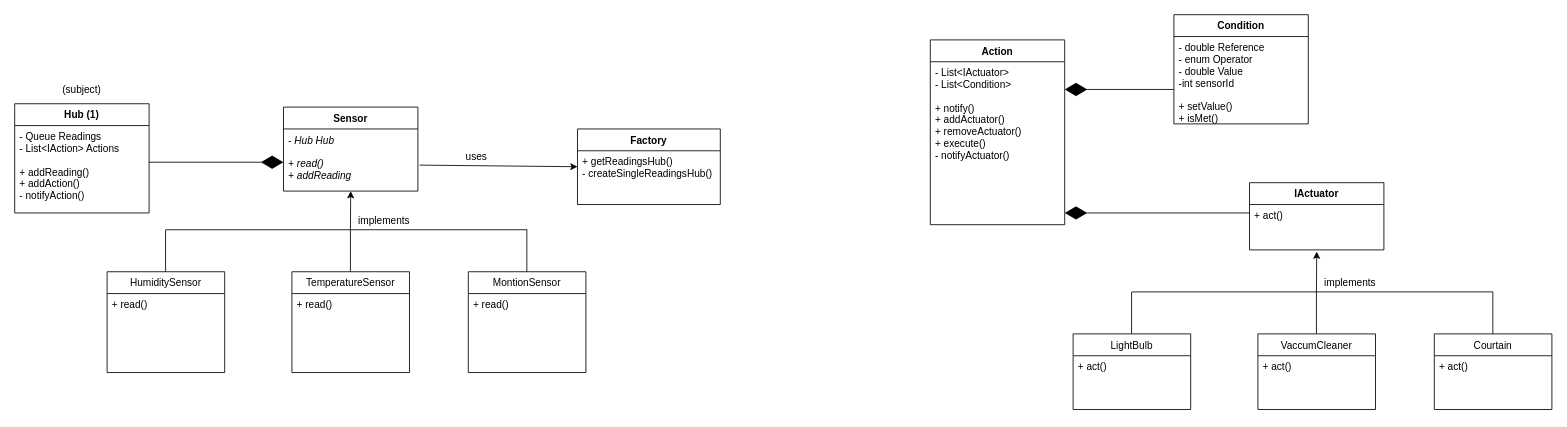
Above: page "Infra-Sensors" (1 of 2) of documentation/diagrams.drawio in zeespogeira/ADS-HouseOfThings (draw.io), before the change. Source tidied: cells renumbered, new cells numbered last; positions are measured from the earlier drawing's top-left corner, leaving out a move shared by most shapes. Both pictures are drawn from the tidied source at 84%, with x=0, y=0 at pixel (14, 14).
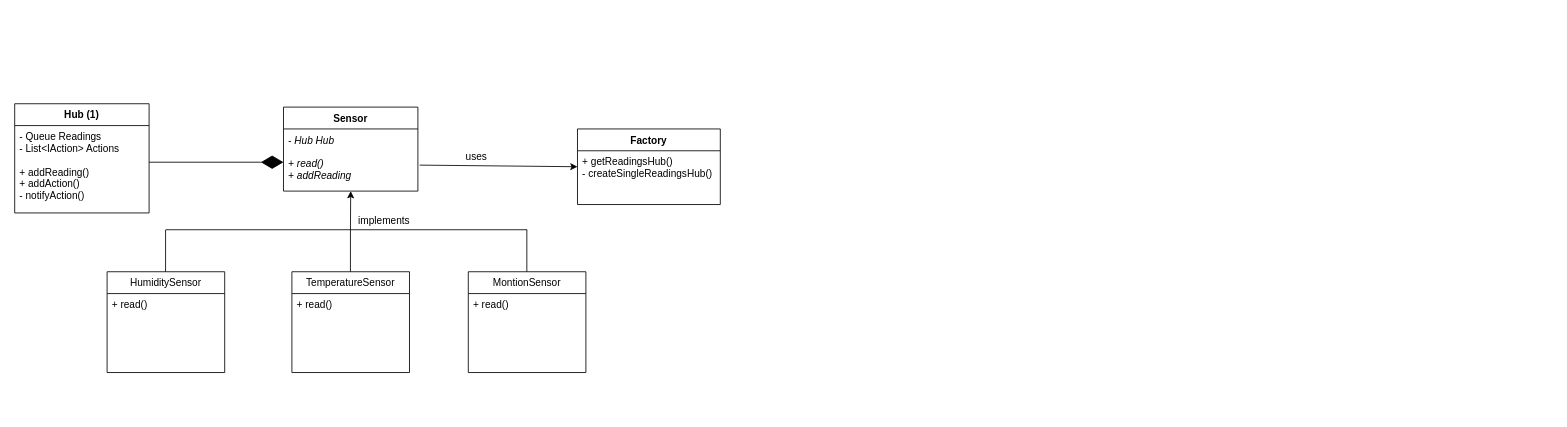
The same page after the edit.

The edit, as a diff of the source:
```diff
@@
-    <mxCell id="2" style="endArrow=none;html=1;" parent="1" edge="1">
-      <mxGeometry relative="1" as="geometry">
-        <mxPoint x="1330" y="330" as="sourcePoint" />
-        <mxPoint x="1760" y="330" as="targetPoint" />
-      </mxGeometry>
-    </mxCell>
-    <mxCell id="3" style="endArrow=classic;html=1;entryX=0.5;entryY=1.037;entryDx=0;entryDy=0;entryPerimeter=0;" parent="1" edge="1" target="43">
-      <mxGeometry relative="1" as="geometry">
-        <mxPoint x="1549.7" y="330" as="sourcePoint" />
-      </mxGeometry>
-    </mxCell>
-    <mxCell id="4" style="endArrow=none;html=1;" parent="1" edge="1">
-      <mxGeometry relative="1" as="geometry">
-        <mxPoint x="1329.6" y="380" as="sourcePoint" />
-        <mxPoint x="1329.6" y="330" as="targetPoint" />
-      </mxGeometry>
-    </mxCell>
-    <mxCell id="5" style="endArrow=none;html=1;" parent="1" edge="1">
-      <mxGeometry relative="1" as="geometry">
-        <mxPoint x="1549.7" y="380" as="sourcePoint" />
-        <mxPoint x="1549.7" y="330" as="targetPoint" />
-      </mxGeometry>
-    </mxCell>
-    <mxCell id="6" style="endArrow=none;html=1;" parent="1" edge="1">
-      <mxGeometry relative="1" as="geometry">
-        <mxPoint x="1759.7" y="380" as="sourcePoint" />
-        <mxPoint x="1759.7" y="330" as="targetPoint" />
-      </mxGeometry>
-    </mxCell>
-    <mxCell id="7" value="implements" style="text;html=1;strokeColor=none;fillColor=none;align=center;verticalAlign=middle;whiteSpace=wrap;rounded=0;" parent="1" vertex="1">
-      <mxGeometry x="1570" y="310" width="40" height="20" as="geometry" />
-    </mxCell>
@@
-    <mxCell id="15" value="(subject)" style="text;html=1;strokeColor=none;fillColor=none;align=center;verticalAlign=middle;whiteSpace=wrap;rounded=0;" parent="1" vertex="1">
-      <mxGeometry x="60" y="80" width="40" height="20" as="geometry" />
-    </mxCell>
@@
-    <mxCell id="18" style="endArrow=diamondThin;endFill=1;endSize=24;html=1;" parent="1" edge="1">
-      <mxGeometry relative="1" as="geometry">
-        <mxPoint x="1380" y="89" as="sourcePoint" />
-        <mxPoint x="1250" y="89" as="targetPoint" />
-      </mxGeometry>
-    </mxCell>
-    <mxCell id="19" style="endArrow=diamondThin;endFill=1;endSize=24;html=1;" parent="1" edge="1">
-      <mxGeometry relative="1" as="geometry">
-        <mxPoint x="1470" y="236" as="sourcePoint" />
-        <mxPoint x="1250" y="236" as="targetPoint" />
-      </mxGeometry>
-    </mxCell>
@@
-    <mxCell id="32" value="Condition" style="swimlane;fontStyle=1;align=center;verticalAlign=top;horizontal=1;startSize=26;" parent="1" vertex="1">
-      <mxGeometry x="1380" width="160" height="130" as="geometry" />
-    </mxCell>
-    <mxCell id="33" value="- double Reference&#10;- enum Operator&#10;- double Value&#10;-int sensorId&#10;&#10;+ setValue()&#10;+ isMet()&#10;&#10;" style="text;strokeColor=none;fillColor=none;align=left;verticalAlign=top;spacingLeft=4;spacingRight=4;overflow=hidden;fontStyle=0;" parent="32" vertex="1">
-      <mxGeometry y="26" width="160" height="104" as="geometry" />
-    </mxCell>
-    <mxCell id="34" value="Action" style="swimlane;fontStyle=1;align=center;verticalAlign=top;horizontal=1;startSize=26;" parent="1" vertex="1">
-      <mxGeometry x="1090" y="30" width="160" height="220" as="geometry" />
-    </mxCell>
-    <mxCell id="35" value="- List&lt;IActuator&gt;&#10;- List&lt;Condition&gt;&#10;&#10;+ notify()&#10;+ addActuator()&#10;+ removeActuator()&#10;+ execute()&#10;- notifyActuator()&#10;&#10;" style="text;strokeColor=none;fillColor=none;align=left;verticalAlign=top;spacingLeft=4;spacingRight=4;overflow=hidden;fontStyle=0;" parent="34" vertex="1">
-      <mxGeometry y="26" width="160" height="194" as="geometry" />
-    </mxCell>
-    <mxCell id="36" value="LightBulb" style="swimlane;fontStyle=0;horizontal=1;startSize=26;fillColor=none;" parent="1" vertex="1">
-      <mxGeometry x="1260" y="380" width="140" height="90" as="geometry" />
-    </mxCell>
-    <mxCell id="37" value="+ act()" style="text;strokeColor=none;fillColor=none;align=left;verticalAlign=top;spacingLeft=4;spacingRight=4;overflow=hidden;fontStyle=0;" parent="36" vertex="1">
-      <mxGeometry y="26" width="140" height="64" as="geometry" />
-    </mxCell>
-    <mxCell id="38" value="VaccumCleaner" style="swimlane;fontStyle=0;horizontal=1;startSize=26;fillColor=none;" parent="1" vertex="1">
-      <mxGeometry x="1480" y="380" width="140" height="90" as="geometry" />
-    </mxCell>
-    <mxCell id="39" value="+ act()" style="text;strokeColor=none;fillColor=none;align=left;verticalAlign=top;spacingLeft=4;spacingRight=4;overflow=hidden;" parent="38" vertex="1">
-      <mxGeometry y="26" width="140" height="64" as="geometry" />
-    </mxCell>
-    <mxCell id="40" value="Courtain" style="swimlane;fontStyle=0;horizontal=1;startSize=26;fillColor=none;" parent="1" vertex="1">
-      <mxGeometry x="1690" y="380" width="140" height="90" as="geometry" />
-    </mxCell>
-    <mxCell id="41" value="+ act()" style="text;strokeColor=none;fillColor=none;align=left;verticalAlign=top;spacingLeft=4;spacingRight=4;overflow=hidden;" parent="40" vertex="1">
-      <mxGeometry y="26" width="140" height="64" as="geometry" />
-    </mxCell>
-    <mxCell id="42" value="IActuator" style="swimlane;fontStyle=1;align=center;verticalAlign=top;horizontal=1;startSize=26;" parent="1" vertex="1">
-      <mxGeometry x="1470" y="200" width="160" height="80" as="geometry" />
-    </mxCell>
-    <mxCell id="43" value="+ act()" style="text;strokeColor=none;fillColor=none;align=left;verticalAlign=top;spacingLeft=4;spacingRight=4;overflow=hidden;points=[[0,0.5],[1,0.5]];portConstraint=eastwest;fontStyle=0;" parent="42" vertex="1">
-      <mxGeometry y="26" width="160" height="54" as="geometry" />
-    </mxCell>
```
